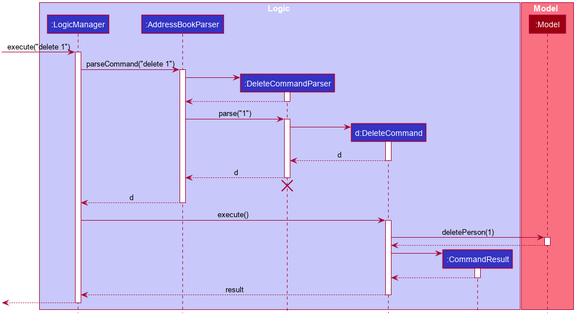
Earlier version of the PlantUML export docs/images/DeleteSequenceDiagram.png (nus-cs2103-AY1920S2/addressbook-level3).
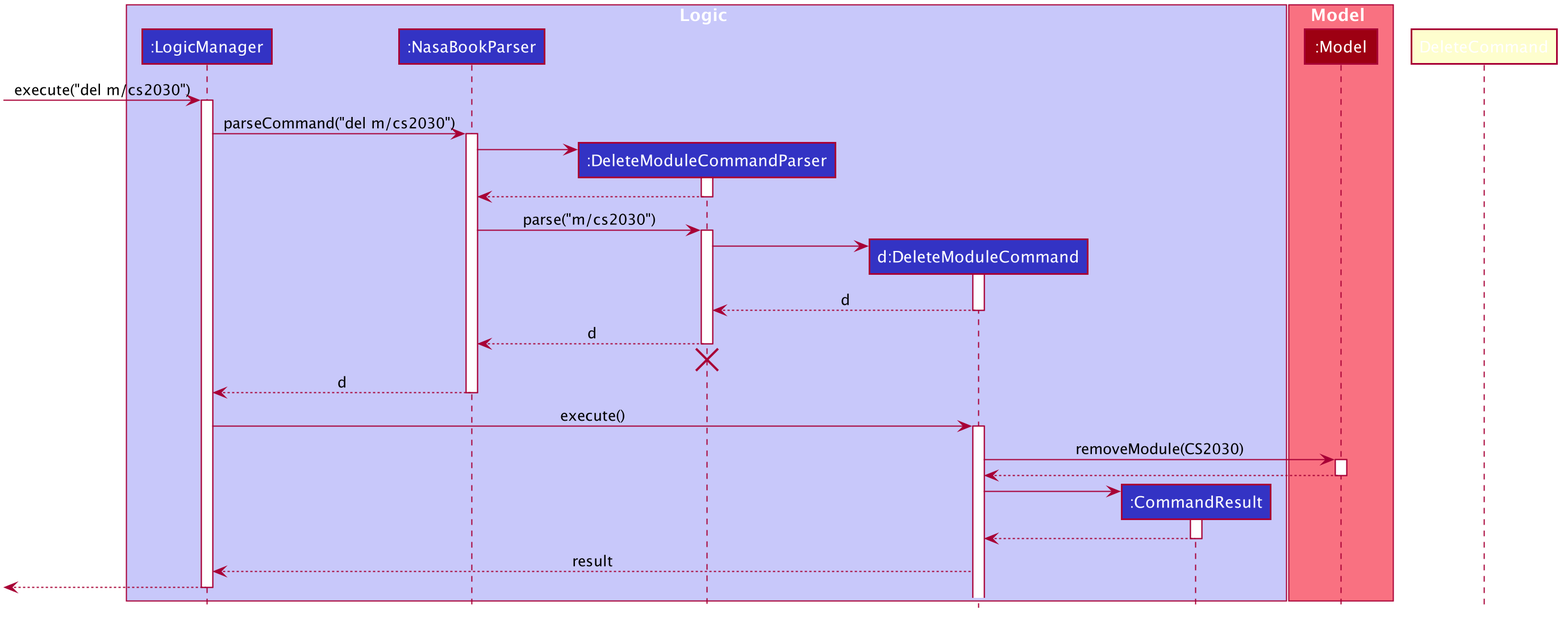
Later version of the same file.

Commit message:
Updated DG UML diagrams

Diff of the diagram source:
```diff
@@ -50,9 +50,9 @@
 
 box Logic #C8C8FA
 participant ":LogicManager" as LogicManager #3333C4
-participant ":AddressBookParser" as AddressBookParser #3333C4
-participant ":DeleteCommandParser" as DeleteCommandParser #3333C4
-participant "d:DeleteCommand" as DeleteCommand #3333C4
+participant ":NasaBookParser" as NasaBookParser #3333C4
+participant ":DeleteModuleCommandParser" as DeleteModuleCommandParser #3333C4
+participant "d:DeleteModuleCommand" as DeleteModuleCommand #3333C4
 participant ":CommandResult" as CommandResult #3333C4
 end box
 
@@ -60,54 +60,54 @@
 participant ":Model" as Model #9D0012
 end box
 
-[-> LogicManager : execute("delete 1")
+[-> LogicManager : execute("del m/cs2030")
 activate LogicManager
 
-LogicManager -> AddressBookParser : parseCommand("delete 1")
-activate AddressBookParser
+LogicManager -> NasaBookParser : parseCommand("del m/cs2030")
+activate NasaBookParser
 
-create DeleteCommandParser
-AddressBookParser -> DeleteCommandParser
-activate DeleteCommandParser
+create DeleteModuleCommandParser
+NasaBookParser -> DeleteModuleCommandParser
+activate DeleteModuleCommandParser
 
-DeleteCommandParser --> AddressBookParser
-deactivate DeleteCommandParser
+DeleteModuleCommandParser --> NasaBookParser
+deactivate DeleteModuleCommandParser
 
-AddressBookParser -> DeleteCommandParser : parse("1")
-activate DeleteCommandParser
+NasaBookParser -> DeleteModuleCommandParser : parse("m/cs2030")
+activate DeleteModuleCommandParser
 
-create DeleteCommand
-DeleteCommandParser -> DeleteCommand
-activate DeleteCommand
+create DeleteModuleCommand
+DeleteModuleCommandParser -> DeleteModuleCommand
+activate DeleteModuleCommand
 
-DeleteCommand --> DeleteCommandParser : d
-deactivate DeleteCommand
+DeleteModuleCommand --> DeleteModuleCommandParser : d
+deactivate DeleteModuleCommand
 
-DeleteCommandParser --> AddressBookParser : d
-deactivate DeleteCommandParser
-DeleteCommandParser -[hidden]-> AddressBookParser
-destroy DeleteCommandParser
+DeleteModuleCommandParser --> NasaBookParser : d
+deactivate DeleteModuleCommandParser
+DeleteModuleCommandParser -[hidden]-> NasaBookParser
+destroy DeleteModuleCommandParser
 
-AddressBookParser --> LogicManager : d
-deactivate AddressBookParser
+NasaBookParser --> LogicManager : d
+deactivate NasaBookParser
 
-LogicManager -> DeleteCommand : execute()
-activate DeleteCommand
+LogicManager -> DeleteModuleCommand : execute()
+activate DeleteModuleCommand
 
-DeleteCommand -> Model : deletePerson(1)
+DeleteModuleCommand -> Model : removeModule(CS2030)
 activate Model
 
-Model --> DeleteCommand
+Model --> DeleteModuleCommand
 deactivate Model
 
 create CommandResult
-DeleteCommand -> CommandResult
+DeleteModuleCommand -> CommandResult
 activate CommandResult
 
-CommandResult --> DeleteCommand
+CommandResult --> DeleteModuleCommand
 deactivate CommandResult
 
-DeleteCommand --> LogicManager : result
+DeleteModuleCommand --> LogicManager : result
 deactivate DeleteCommand
 
 [<--LogicManager
```
